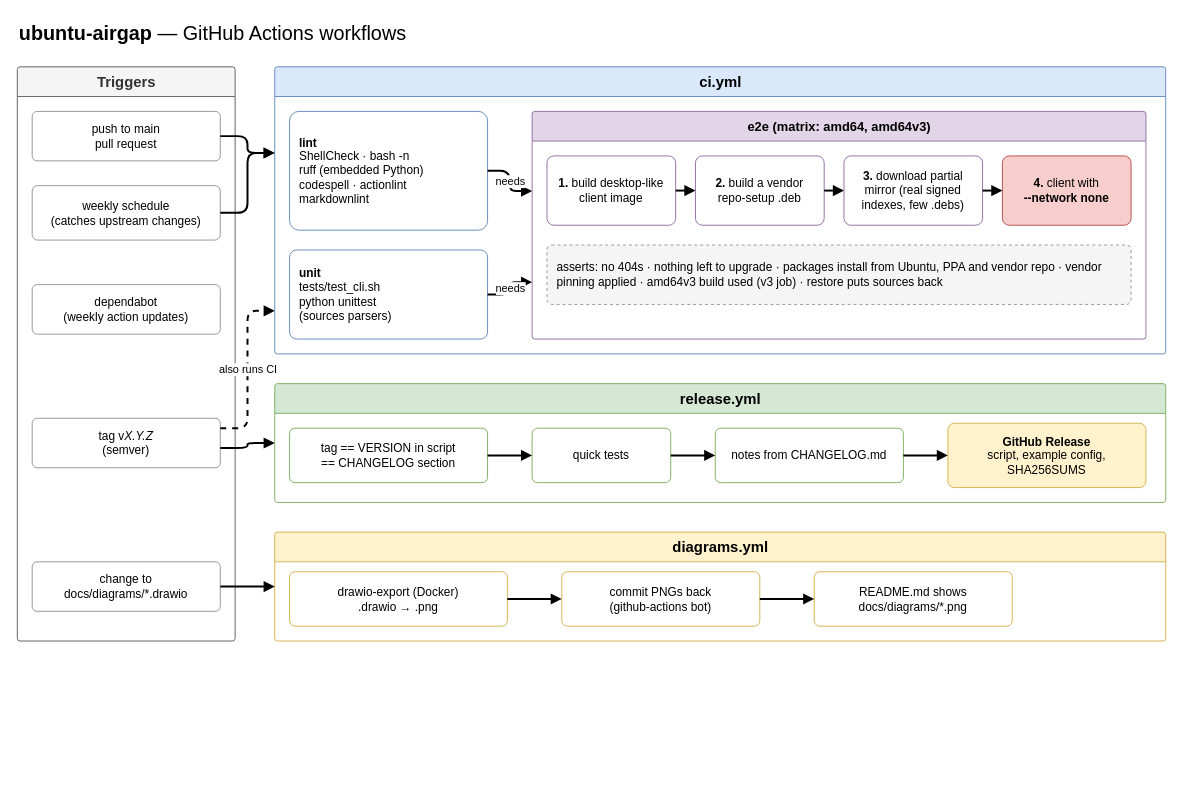
This is docs/diagrams/ci-workflows.drawio from 636B65/ubuntu-airgap, a draw.io file, before an edit. Source tidied: cells renumbered, new cells numbered last; positions are measured from the earlier drawing's top-left corner, leaving out a move shared by most shapes. Both pictures are drawn from the tidied source at 99%, with x=0, y=0 at pixel (17, 17).
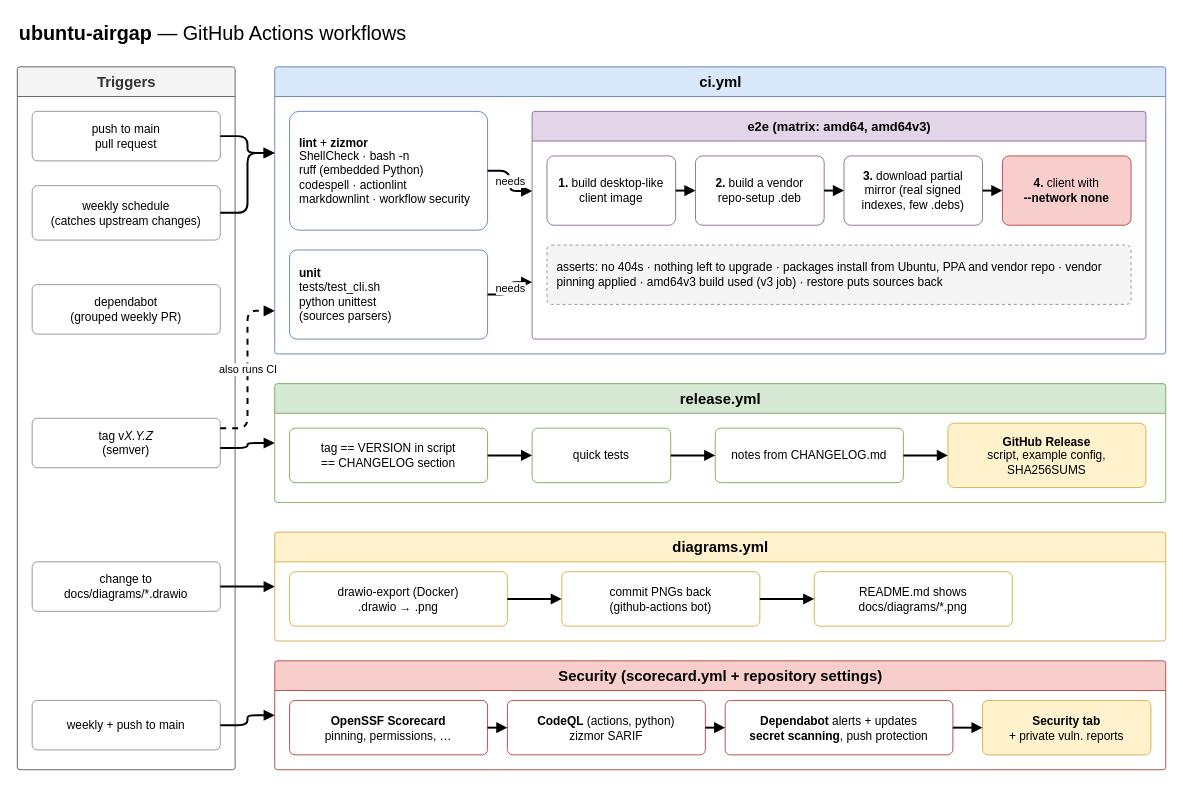
The same page after the edit.

Commit message (it also covers changes not shown here):
fix: security hardening, current actions, release badge (v0.1.1)

The change refers to these unchanged cells:
```xml
<mxCell id="9" value="ci.yml" style="swimlane;html=1;startSize=30;rounded=1;arcSize=3;fontSize=15;fontStyle=1;horizontal=1;swimlaneLine=1;fillColor=#dae8fc;strokeColor=#6c8ebf;" parent="1" vertex="1">
  <mxGeometry x="260" y="50" width="900" height="290" as="geometry" />
</mxCell>
```

What changed in the source:
```diff
@@
     <mxCell id="3" value="Triggers" style="swimlane;html=1;startSize=30;rounded=1;arcSize=3;fontSize=15;fontStyle=1;horizontal=1;swimlaneLine=1;fillColor=#f5f5f5;strokeColor=#666666;fontColor=#333333;" parent="1" vertex="1">
-      <mxGeometry y="50" width="220" height="580" as="geometry" />
+      <mxGeometry y="50" width="220" height="710" as="geometry" />
     </mxCell>
@@
-    <mxCell id="8" value="dependabot&lt;br&gt;(weekly action updates)" style="rounded=1;whiteSpace=wrap;html=1;arcSize=10;align=center;fontSize=12;fillColor=#ffffff;strokeColor=#999999;" parent="3" vertex="1">
+    <mxCell id="8" value="dependabot&lt;br&gt;(grouped weekly PR)" style="rounded=1;whiteSpace=wrap;html=1;arcSize=10;align=center;fontSize=12;fillColor=#ffffff;strokeColor=#999999;" parent="3" vertex="1">
       <mxGeometry x="15" y="220" width="190" height="50" as="geometry" />
     </mxCell>
@@
-    <mxCell id="10" value="&lt;b&gt;lint&lt;/b&gt;&lt;br&gt;ShellCheck &amp;middot; bash -n&lt;br&gt;ruff (embedded Python)&lt;br&gt;codespell &amp;middot; actionlint&lt;br&gt;markdownlint" style="rounded=1;whiteSpace=wrap;html=1;arcSize=8;align=left;spacingLeft=8;spacingRight=6;fontSize=12;fillColor=#ffffff;strokeColor=#6c8ebf;" parent="9" vertex="1">
+    <mxCell id="10" value="&lt;b&gt;lint&lt;/b&gt; + &lt;b&gt;zizmor&lt;/b&gt;&lt;br&gt;ShellCheck &amp;middot; bash -n&lt;br&gt;ruff (embedded Python)&lt;br&gt;codespell &amp;middot; actionlint&lt;br&gt;markdownlint &amp;middot; workflow security" style="rounded=1;whiteSpace=wrap;html=1;arcSize=8;align=left;spacingLeft=8;spacingRight=6;fontSize=12;fillColor=#ffffff;strokeColor=#6c8ebf;" parent="9" vertex="1">
       <mxGeometry x="15" y="45" width="200" height="120" as="geometry" />
     </mxCell>
@@
+    <mxCell id="42" value="Security (scorecard.yml + repository settings)" style="swimlane;html=1;startSize=30;rounded=1;arcSize=3;fontSize=15;fontStyle=1;horizontal=1;swimlaneLine=1;fillColor=#f8cecc;strokeColor=#b85450;" parent="1" vertex="1">
+      <mxGeometry x="260" y="650" width="900" height="110" as="geometry" />
+    </mxCell>
+    <mxCell id="43" value="&lt;b&gt;OpenSSF Scorecard&lt;/b&gt;&lt;br&gt;pinning, permissions, &amp;hellip;" style="rounded=1;whiteSpace=wrap;html=1;arcSize=10;align=center;fontSize=12;fillColor=#ffffff;strokeColor=#b85450;" parent="42" vertex="1">
+      <mxGeometry x="15" y="40" width="200" height="55" as="geometry" />
+    </mxCell>
+    <mxCell id="44" value="&lt;b&gt;CodeQL&lt;/b&gt; (actions, python)&lt;br&gt;zizmor SARIF" style="rounded=1;whiteSpace=wrap;html=1;arcSize=10;align=center;fontSize=12;fillColor=#ffffff;strokeColor=#b85450;" parent="42" vertex="1">
+      <mxGeometry x="235" y="40" width="200" height="55" as="geometry" />
+    </mxCell>
+    <mxCell id="45" value="&lt;b&gt;Dependabot&lt;/b&gt; alerts + updates&lt;br&gt;&lt;b&gt;secret scanning&lt;/b&gt;, push protection" style="rounded=1;whiteSpace=wrap;html=1;arcSize=10;align=center;fontSize=12;fillColor=#ffffff;strokeColor=#b85450;" parent="42" vertex="1">
+      <mxGeometry x="455" y="40" width="230" height="55" as="geometry" />
+    </mxCell>
+    <mxCell id="46" value="&lt;b&gt;Security tab&lt;/b&gt;&lt;br&gt;+ private vuln. reports" style="rounded=1;whiteSpace=wrap;html=1;arcSize=10;align=center;fontSize=12;fillColor=#fff2cc;strokeColor=#d6b656;" parent="42" vertex="1">
+      <mxGeometry x="715" y="40" width="170" height="55" as="geometry" />
+    </mxCell>
+    <mxCell id="47" style="edgeStyle=orthogonalEdgeStyle;rounded=1;html=1;endArrow=block;endFill=1;strokeWidth=2;fontSize=11;labelBackgroundColor=#ffffff;exitX=1;exitY=0.5;exitDx=0;exitDy=0;entryX=0;entryY=0.5;entryDx=0;entryDy=0;" parent="1" edge="1" source="43" target="44">
+      <mxGeometry relative="1" as="geometry" />
+    </mxCell>
+    <mxCell id="48" style="edgeStyle=orthogonalEdgeStyle;rounded=1;html=1;endArrow=block;endFill=1;strokeWidth=2;fontSize=11;labelBackgroundColor=#ffffff;exitX=1;exitY=0.5;exitDx=0;exitDy=0;entryX=0;entryY=0.5;entryDx=0;entryDy=0;" parent="1" edge="1" source="44" target="45">
+      <mxGeometry relative="1" as="geometry" />
+    </mxCell>
+    <mxCell id="49" style="edgeStyle=orthogonalEdgeStyle;rounded=1;html=1;endArrow=block;endFill=1;strokeWidth=2;fontSize=11;labelBackgroundColor=#ffffff;exitX=1;exitY=0.5;exitDx=0;exitDy=0;entryX=0;entryY=0.5;entryDx=0;entryDy=0;" parent="1" edge="1" source="45" target="46">
+      <mxGeometry relative="1" as="geometry" />
+    </mxCell>
+    <mxCell id="50" value="weekly + push to main" style="rounded=1;whiteSpace=wrap;html=1;arcSize=10;align=center;fontSize=12;fillColor=#ffffff;strokeColor=#999999;" parent="3" vertex="1">
+      <mxGeometry x="15" y="640" width="190" height="50" as="geometry" />
+    </mxCell>
+    <mxCell id="51" style="edgeStyle=orthogonalEdgeStyle;rounded=1;html=1;endArrow=block;endFill=1;strokeWidth=2;fontSize=11;labelBackgroundColor=#ffffff;exitX=1;exitY=0.5;exitDx=0;exitDy=0;entryX=0;entryY=0.5;entryDx=0;entryDy=0;" parent="1" edge="1" source="50" target="42">
+      <mxGeometry relative="1" as="geometry" />
+    </mxCell>
```
